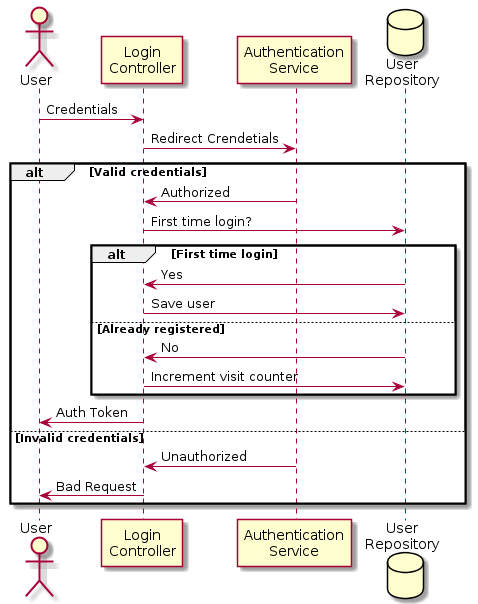
Above: docs/login.png in manoloesparta/lostinparadise (PlantUML), before the change.
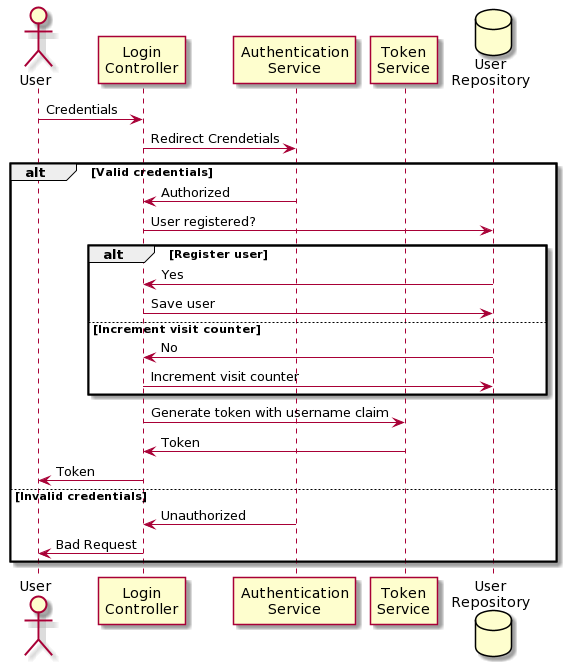
Above is the later version.

Change to the diagram source:
```diff
@@ -1,8 +1,8 @@
-@startuml Login Functionality
-
+@startuml
 actor User
 participant "Login\nController" as Controller
 participant "Authentication\nService" as AuthService
+participant "Token\nService" as TokenService
 database "User\nRepository" as UserRepo
 
 User -> Controller: Credentials
@@ -11,21 +11,23 @@
 alt Valid credentials
 
     AuthService -> Controller: Authorized
-    Controller -> UserRepo: First time login?
+    Controller -> UserRepo: User registered?
 
-    alt First time login
+    alt Register user
 
         UserRepo -> Controller: Yes
         Controller -> UserRepo: Save user
 
-    else Already registered
+    else Increment visit counter
 
         UserRepo -> Controller: No
         Controller -> UserRepo: Increment visit counter
 
     end
 
-    Controller -> User: Auth Token
+    Controller -> TokenService: Generate token with username claim
+    TokenService -> Controller: Token
+    Controller -> User: Token
 
 else Invalid credentials
 
@@ -33,5 +35,4 @@
     Controller -> User: Bad Request
 
 end
-
 @enduml
```
